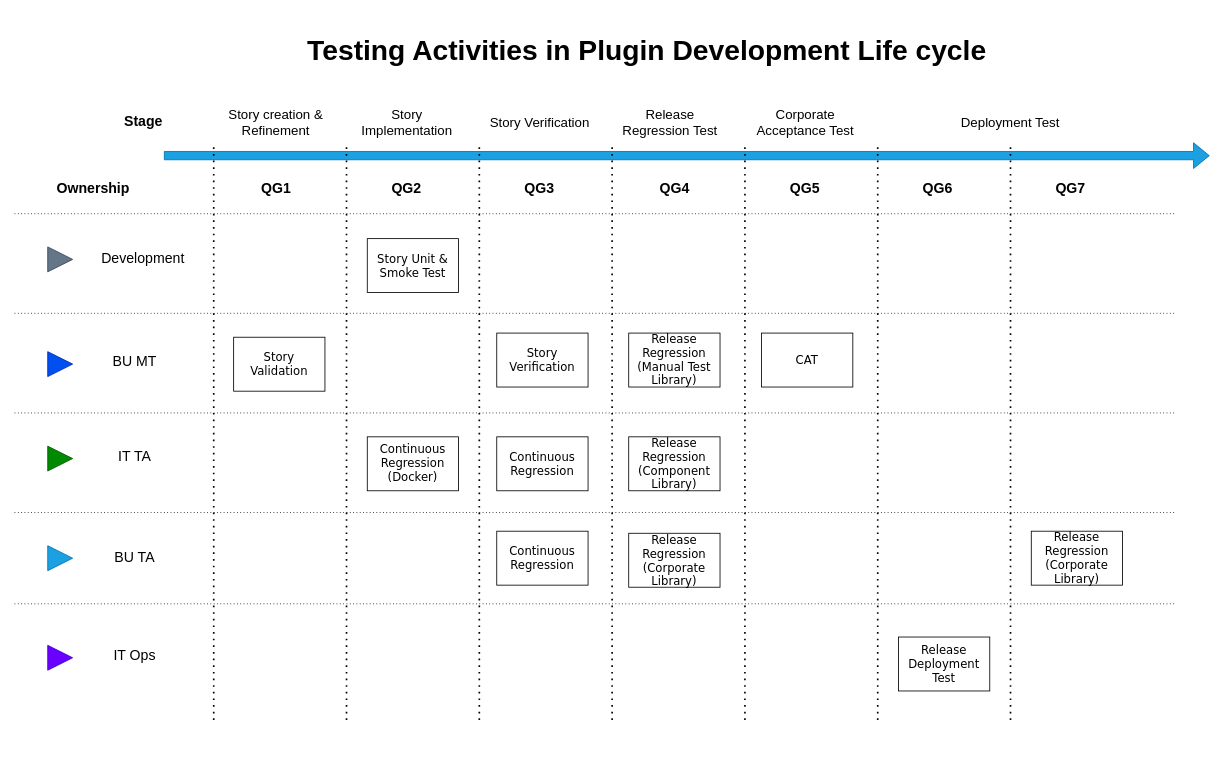
Before: Plugin Testing.drawio in AndriiRatushnyi/Andrii.Ratushnyi, a draw.io diagram. Source tidied: cells renumbered, new cells numbered last; positions are measured from the earlier drawing's top-left corner, leaving out a move shared by most shapes. Both pictures are drawn from the tidied source at 83%, with x=0, y=0 at pixel (14, 22).
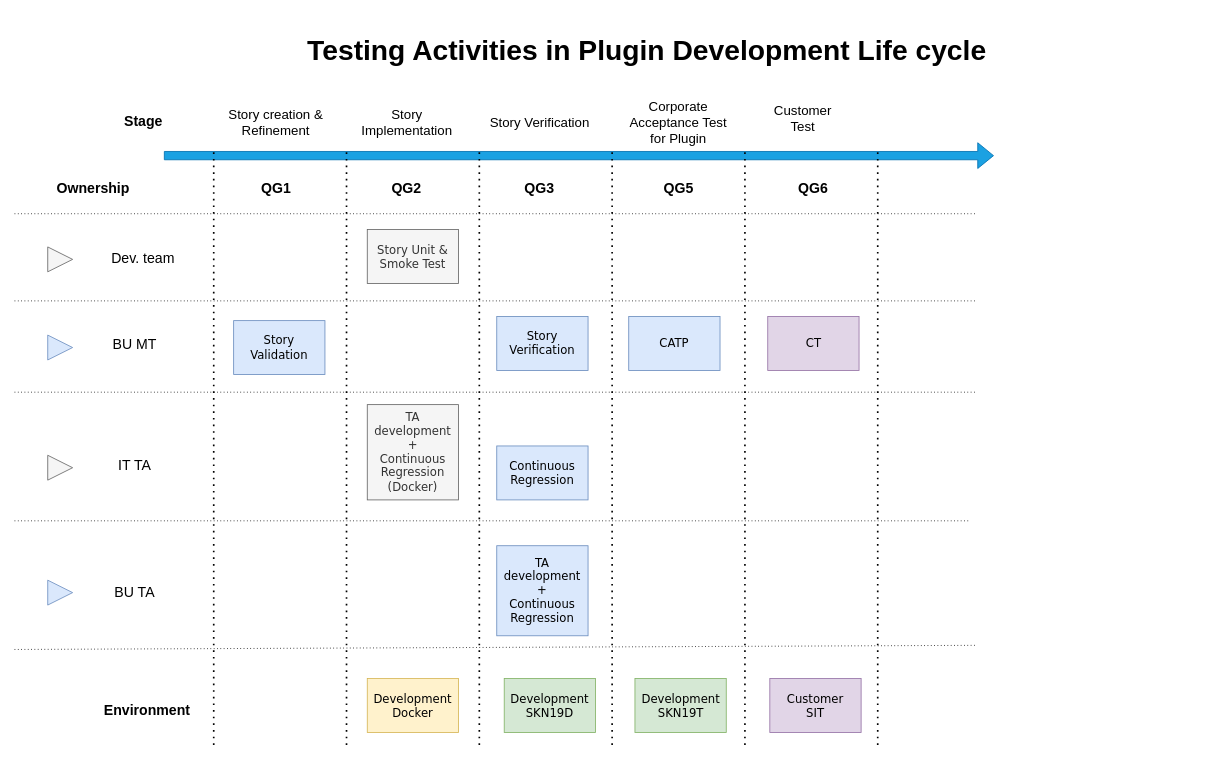
The same page after the edit.

Diff of the diagram source:
```diff
@@
     <mxCell id="2" style="shape=flexArrow;endArrow=classic;html=1;fillColor=#1ba1e2;strokeColor=#006EAF;" parent="1" edge="1">
       <mxGeometry relative="1" as="geometry">
         <mxPoint x="180" y="160" as="sourcePoint" />
-        <mxPoint x="1440" y="160" as="targetPoint" />
+        <mxPoint x="1180" y="160" as="targetPoint" />
       </mxGeometry>
     </mxCell>
     <mxCell id="3" style="endArrow=none;dashed=1;html=1;dashPattern=1 3;strokeWidth=2;" parent="1" edge="1">
       <mxGeometry relative="1" as="geometry">
-        <mxPoint x="240" y="840" as="sourcePoint" />
+        <mxPoint x="240" y="870" as="sourcePoint" />
         <mxPoint x="240" y="150" as="targetPoint" />
       </mxGeometry>
     </mxCell>
     <mxCell id="4" style="endArrow=none;dashed=1;html=1;dashPattern=1 3;strokeWidth=2;" parent="1" edge="1">
       <mxGeometry relative="1" as="geometry">
-        <mxPoint x="400" y="840" as="sourcePoint" />
+        <mxPoint x="400" y="870" as="sourcePoint" />
         <mxPoint x="400" y="150" as="targetPoint" />
       </mxGeometry>
     </mxCell>
     <mxCell id="5" style="endArrow=none;dashed=1;html=1;dashPattern=1 3;strokeWidth=2;" parent="1" edge="1">
       <mxGeometry relative="1" as="geometry">
-        <mxPoint x="560" y="840" as="sourcePoint" />
+        <mxPoint x="560" y="870" as="sourcePoint" />
         <mxPoint x="560" y="150" as="targetPoint" />
       </mxGeometry>
     </mxCell>
     <mxCell id="6" style="endArrow=none;dashed=1;html=1;dashPattern=1 3;strokeWidth=2;" parent="1" edge="1">
       <mxGeometry relative="1" as="geometry">
-        <mxPoint x="720" y="840" as="sourcePoint" />
+        <mxPoint x="720" y="870" as="sourcePoint" />
         <mxPoint x="720" y="150" as="targetPoint" />
       </mxGeometry>
     </mxCell>
     <mxCell id="7" style="endArrow=none;dashed=1;html=1;dashPattern=1 3;strokeWidth=2;" parent="1" edge="1">
       <mxGeometry relative="1" as="geometry">
-        <mxPoint x="880" y="840" as="sourcePoint" />
+        <mxPoint x="880" y="870" as="sourcePoint" />
         <mxPoint x="880" y="150" as="targetPoint" />
       </mxGeometry>
     </mxCell>
     <mxCell id="8" style="endArrow=none;dashed=1;html=1;dashPattern=1 3;strokeWidth=2;" parent="1" edge="1">
       <mxGeometry relative="1" as="geometry">
-        <mxPoint x="1040" y="840" as="sourcePoint" />
+        <mxPoint x="1040" y="870" as="sourcePoint" />
         <mxPoint x="1040" y="150" as="targetPoint" />
       </mxGeometry>
     </mxCell>
-    <mxCell id="9" value="Story Validation" style="rounded=0;whiteSpace=wrap;html=1;fontSize=14;fontFamily=Verdana;" parent="1" vertex="1">
-      <mxGeometry x="264" y="378.8" width="110" height="65" as="geometry" />
+    <mxCell id="9" value="Story Validation" style="rounded=0;whiteSpace=wrap;html=1;fontSize=14;fontFamily=Verdana;fillColor=#dae8fc;strokeColor=#6c8ebf;" parent="1" vertex="1">
+      <mxGeometry x="264" y="358.8" width="110" height="65" as="geometry" />
     </mxCell>
@@
-    <mxCell id="11" style="triangle;whiteSpace=wrap;html=1;fontSize=17;fillColor=#0050ef;strokeColor=#001DBC;fontColor=#ffffff;" parent="1" vertex="1">
-      <mxGeometry x="40" y="396.2" width="30" height="30" as="geometry" />
+    <mxCell id="11" style="triangle;whiteSpace=wrap;html=1;fontSize=17;fillColor=#dae8fc;strokeColor=#6c8ebf;" parent="1" vertex="1">
+      <mxGeometry x="40" y="376.2" width="30" height="30" as="geometry" />
     </mxCell>
-    <mxCell id="12" style="triangle;whiteSpace=wrap;html=1;fontSize=17;fillColor=#008a00;strokeColor=#005700;fontColor=#ffffff;" parent="1" vertex="1">
-      <mxGeometry x="40" y="510" width="30" height="30" as="geometry" />
+    <mxCell id="12" style="triangle;whiteSpace=wrap;html=1;fontSize=17;fillColor=#f5f5f5;strokeColor=#666666;fontColor=#333333;" parent="1" vertex="1">
+      <mxGeometry x="40" y="521" width="30" height="30" as="geometry" />
     </mxCell>
-    <mxCell id="13" style="triangle;whiteSpace=wrap;html=1;fontSize=17;fillColor=#647687;strokeColor=#314354;fontColor=#ffffff;" parent="1" vertex="1">
+    <mxCell id="13" style="triangle;whiteSpace=wrap;html=1;fontSize=17;fillColor=#f5f5f5;strokeColor=#666666;fontColor=#333333;" parent="1" vertex="1">
       <mxGeometry x="40" y="270" width="30" height="30" as="geometry" />
     </mxCell>
     <mxCell id="14" value="IT TA" style="text;html=1;strokeColor=none;fillColor=none;align=center;verticalAlign=middle;whiteSpace=wrap;rounded=0;fontSize=17;" parent="1" vertex="1">
-      <mxGeometry x="90" y="510" width="110" height="25" as="geometry" />
+      <mxGeometry x="90" y="521" width="110" height="25" as="geometry" />
     </mxCell>
-    <mxCell id="15" value="Development" style="text;html=1;strokeColor=none;fillColor=none;align=center;verticalAlign=middle;whiteSpace=wrap;rounded=0;fontSize=17;" parent="1" vertex="1">
+    <mxCell id="15" value="Dev. team" style="text;html=1;strokeColor=none;fillColor=none;align=center;verticalAlign=middle;whiteSpace=wrap;rounded=0;fontSize=17;" parent="1" vertex="1">
       <mxGeometry x="100" y="272.5" width="110" height="25" as="geometry" />
     </mxCell>
     <mxCell id="16" value="BU MT" style="text;html=1;strokeColor=none;fillColor=none;align=center;verticalAlign=middle;whiteSpace=wrap;rounded=0;fontSize=17;" parent="1" vertex="1">
-      <mxGeometry x="90" y="396.2" width="110" height="25" as="geometry" />
+      <mxGeometry x="90" y="376.2" width="110" height="25" as="geometry" />
     </mxCell>
-    <mxCell id="17" value="Story Unit &amp;amp; Smoke Test" style="rounded=0;whiteSpace=wrap;html=1;fontFamily=Verdana;fontSize=14;" parent="1" vertex="1">
-      <mxGeometry x="425" y="260" width="110" height="65" as="geometry" />
+    <mxCell id="17" value="Story Unit &amp;amp; Smoke Test" style="rounded=0;whiteSpace=wrap;html=1;fontFamily=Verdana;fontSize=14;fillColor=#f5f5f5;strokeColor=#666666;fontColor=#333333;" parent="1" vertex="1">
+      <mxGeometry x="425" y="249" width="110" height="65" as="geometry" />
     </mxCell>
-    <mxCell id="18" value="Story Verification" style="rounded=0;whiteSpace=wrap;html=1;fontSize=14;fontFamily=Verdana;" parent="1" vertex="1">
-      <mxGeometry x="581" y="373.8" width="110" height="65" as="geometry" />
+    <mxCell id="18" value="Story Verification" style="rounded=0;whiteSpace=wrap;html=1;fontSize=14;fontFamily=Verdana;fillColor=#dae8fc;strokeColor=#6c8ebf;" parent="1" vertex="1">
+      <mxGeometry x="581" y="353.8" width="110" height="65" as="geometry" />
     </mxCell>
-    <mxCell id="19" value="Continuous Regression (Docker)" style="rounded=0;whiteSpace=wrap;html=1;fontSize=14;fontFamily=Verdana;" parent="1" vertex="1">
-      <mxGeometry x="425" y="498.8" width="110" height="65" as="geometry" />
+    <mxCell id="19" value="TA&lt;br&gt;&lt;div&gt;development&lt;/div&gt;&lt;div&gt;+&lt;br&gt;&lt;/div&gt;&lt;div&gt;Continuous Regression (Docker)&lt;/div&gt;" style="rounded=0;whiteSpace=wrap;html=1;fontSize=14;fontFamily=Verdana;fillColor=#f5f5f5;strokeColor=#666666;fontColor=#333333;" parent="1" vertex="1">
+      <mxGeometry x="425" y="460" width="110" height="114.8" as="geometry" />
     </mxCell>
-    <mxCell id="20" value="Continuous Regression" style="rounded=0;whiteSpace=wrap;html=1;fontSize=14;fontFamily=Verdana;" parent="1" vertex="1">
-      <mxGeometry x="581" y="498.8" width="110" height="65" as="geometry" />
+    <mxCell id="20" value="Continuous Regression" style="rounded=0;whiteSpace=wrap;html=1;fontSize=14;fontFamily=Verdana;fillColor=#dae8fc;strokeColor=#6c8ebf;" parent="1" vertex="1">
+      <mxGeometry x="581" y="509.8" width="110" height="65" as="geometry" />
     </mxCell>
-    <mxCell id="21" value="Release Regression (Component Library)" style="rounded=0;whiteSpace=wrap;html=1;fontSize=14;fontFamily=Verdana;" parent="1" vertex="1">
-      <mxGeometry x="740" y="498.8" width="110" height="65" as="geometry" />
-    </mxCell>
-    <mxCell id="22" value="Release Regression (Manual Test Library)" style="rounded=0;whiteSpace=wrap;html=1;fontSize=14;fontFamily=Verdana;" parent="1" vertex="1">
-      <mxGeometry x="740" y="373.8" width="110" height="65" as="geometry" />
-    </mxCell>
-    <mxCell id="23" style="triangle;whiteSpace=wrap;html=1;fontSize=17;fillColor=#1ba1e2;strokeColor=#006EAF;fontColor=#ffffff;" parent="1" vertex="1">
-      <mxGeometry x="40" y="630" width="30" height="30" as="geometry" />
+    <mxCell id="23" style="triangle;whiteSpace=wrap;html=1;fontSize=17;fillColor=#dae8fc;strokeColor=#6c8ebf;" parent="1" vertex="1">
+      <mxGeometry x="40" y="671.5" width="30" height="30" as="geometry" />
     </mxCell>
     <mxCell id="24" value="BU TA" style="text;html=1;strokeColor=none;fillColor=none;align=center;verticalAlign=middle;whiteSpace=wrap;rounded=0;fontSize=17;" parent="1" vertex="1">
-      <mxGeometry x="90" y="632.5" width="110" height="25" as="geometry" />
+      <mxGeometry x="90" y="674" width="110" height="25" as="geometry" />
     </mxCell>
-    <mxCell id="25" value="Release Regression (Corporate Library)" style="rounded=0;whiteSpace=wrap;html=1;fontSize=14;fontFamily=Verdana;" parent="1" vertex="1">
-      <mxGeometry x="740" y="615" width="110" height="65" as="geometry" />
-    </mxCell>
@@
-    <mxCell id="29" value="QG4" style="text;html=1;strokeColor=none;fillColor=none;align=center;verticalAlign=middle;whiteSpace=wrap;rounded=0;fontSize=17;fontStyle=1;" parent="1" vertex="1">
-      <mxGeometry x="762.5" y="180" width="65" height="40" as="geometry" />
-    </mxCell>
     <mxCell id="30" style="endArrow=none;dashed=1;html=1;dashPattern=1 3;strokeWidth=1;fontSize=17;" parent="1" edge="1">
       <mxGeometry relative="1" as="geometry">
-        <mxPoint y="350" as="sourcePoint" />
-        <mxPoint x="1400" y="350" as="targetPoint" />
+        <mxPoint y="335" as="sourcePoint" />
+        <mxPoint x="1160" y="335" as="targetPoint" />
       </mxGeometry>
     </mxCell>
     <mxCell id="31" style="endArrow=none;dashed=1;html=1;dashPattern=1 3;strokeWidth=1;fontSize=17;" parent="1" edge="1">
       <mxGeometry relative="1" as="geometry">
-        <mxPoint y="470" as="sourcePoint" />
-        <mxPoint x="1400" y="470" as="targetPoint" />
+        <mxPoint y="445" as="sourcePoint" />
+        <mxPoint x="1160" y="445" as="targetPoint" />
       </mxGeometry>
     </mxCell>
     <mxCell id="32" style="endArrow=none;dashed=1;html=1;dashPattern=1 3;strokeWidth=1;fontSize=17;" parent="1" edge="1">
       <mxGeometry relative="1" as="geometry">
-        <mxPoint y="590" as="sourcePoint" />
-        <mxPoint x="1400" y="590" as="targetPoint" />
+        <mxPoint y="600" as="sourcePoint" />
+        <mxPoint x="1150" y="600" as="targetPoint" />
       </mxGeometry>
     </mxCell>
     <mxCell id="33" style="endArrow=none;dashed=1;html=1;dashPattern=1 3;strokeWidth=1;fontSize=17;" parent="1" edge="1">
       <mxGeometry relative="1" as="geometry">
-        <mxPoint y="700" as="sourcePoint" />
-        <mxPoint x="1400" y="700" as="targetPoint" />
+        <mxPoint y="755" as="sourcePoint" />
+        <mxPoint x="1160" y="750" as="targetPoint" />
       </mxGeometry>
     </mxCell>
@@
     <mxCell id="35" value="QG5" style="text;html=1;strokeColor=none;fillColor=none;align=center;verticalAlign=middle;whiteSpace=wrap;rounded=0;fontSize=17;fontStyle=1;" parent="1" vertex="1">
-      <mxGeometry x="920" y="180" width="65" height="40" as="geometry" />
+      <mxGeometry x="767.5" y="180" width="65" height="40" as="geometry" />
     </mxCell>
-    <mxCell id="36" value="CAT" style="rounded=0;whiteSpace=wrap;html=1;fontFamily=Verdana;fontSize=14;" parent="1" vertex="1">
-      <mxGeometry x="900" y="373.8" width="110" height="65" as="geometry" />
+    <mxCell id="36" value="CATP" style="rounded=0;whiteSpace=wrap;html=1;fontFamily=Verdana;fontSize=14;fillColor=#dae8fc;strokeColor=#6c8ebf;" parent="1" vertex="1">
+      <mxGeometry x="740" y="353.8" width="110" height="65" as="geometry" />
     </mxCell>
     <mxCell id="37" value="QG6" style="text;html=1;strokeColor=none;fillColor=none;align=center;verticalAlign=middle;whiteSpace=wrap;rounded=0;fontSize=17;fontStyle=1;" parent="1" vertex="1">
-      <mxGeometry x="1080" y="180" width="65" height="40" as="geometry" />
+      <mxGeometry x="930" y="180" width="65" height="40" as="geometry" />
     </mxCell>
-    <mxCell id="38" value="Release Deployment Test" style="rounded=0;whiteSpace=wrap;html=1;fontFamily=Verdana;fontSize=14;" parent="1" vertex="1">
-      <mxGeometry x="1065" y="740" width="110" height="65" as="geometry" />
-    </mxCell>
@@
     <mxCell id="40" style="endArrow=none;dashed=1;html=1;dashPattern=1 3;strokeWidth=1;fontSize=16;" parent="1" edge="1">
       <mxGeometry relative="1" as="geometry">
         <mxPoint y="230" as="sourcePoint" />
-        <mxPoint x="1400" y="230" as="targetPoint" />
+        <mxPoint x="1160" y="230" as="targetPoint" />
       </mxGeometry>
     </mxCell>
@@
-    <mxCell id="43" value="Release Regression Test" style="text;html=1;strokeColor=none;fillColor=none;align=center;verticalAlign=middle;whiteSpace=wrap;rounded=0;fontSize=16;" parent="1" vertex="1">
-      <mxGeometry x="720" y="110" width="140" height="20" as="geometry" />
-    </mxCell>
-    <mxCell id="44" value="Corporate Acceptance Test" style="text;html=1;strokeColor=none;fillColor=none;align=center;verticalAlign=middle;whiteSpace=wrap;rounded=0;fontSize=16;" parent="1" vertex="1">
-      <mxGeometry x="882.5" y="110" width="140" height="20" as="geometry" />
+    <mxCell id="44" value="&lt;div&gt;Corporate &lt;br&gt;&lt;/div&gt;&lt;div&gt;Acceptance Test for Plugin&lt;br&gt;&lt;/div&gt;" style="text;html=1;strokeColor=none;fillColor=none;align=center;verticalAlign=middle;whiteSpace=wrap;rounded=0;fontSize=16;" parent="1" vertex="1">
+      <mxGeometry x="730" y="110" width="140" height="20" as="geometry" />
     </mxCell>
-    <mxCell id="45" value="Deployment Test" style="text;html=1;strokeColor=none;fillColor=none;align=center;verticalAlign=middle;whiteSpace=wrap;rounded=0;fontSize=16;" parent="1" vertex="1">
-      <mxGeometry x="1130" y="110" width="140" height="20" as="geometry" />
-    </mxCell>
-    <mxCell id="46" style="endArrow=none;dashed=1;html=1;dashPattern=1 3;strokeWidth=2;" parent="1" edge="1">
-      <mxGeometry relative="1" as="geometry">
-        <mxPoint x="1200" y="840" as="sourcePoint" />
-        <mxPoint x="1200" y="150" as="targetPoint" />
-      </mxGeometry>
-    </mxCell>
-    <mxCell id="47" value="QG7" style="text;html=1;strokeColor=none;fillColor=none;align=center;verticalAlign=middle;whiteSpace=wrap;rounded=0;fontSize=17;fontStyle=1;" parent="1" vertex="1">
-      <mxGeometry x="1240" y="180" width="65" height="40" as="geometry" />
-    </mxCell>
-    <mxCell id="48" value="Release Regression (Corporate Library)" style="rounded=0;whiteSpace=wrap;html=1;fontSize=14;fontFamily=Verdana;" parent="1" vertex="1">
-      <mxGeometry x="1225" y="612.5" width="110" height="65" as="geometry" />
-    </mxCell>
-    <mxCell id="49" style="triangle;whiteSpace=wrap;html=1;fontSize=17;fillColor=#6a00ff;strokeColor=#3700CC;fontColor=#ffffff;" parent="1" vertex="1">
-      <mxGeometry x="40" y="750" width="30" height="30" as="geometry" />
-    </mxCell>
-    <mxCell id="50" value="IT Ops" style="text;html=1;strokeColor=none;fillColor=none;align=center;verticalAlign=middle;whiteSpace=wrap;rounded=0;fontSize=17;" parent="1" vertex="1">
-      <mxGeometry x="90" y="750" width="110" height="25" as="geometry" />
-    </mxCell>
@@
-    <mxCell id="52" value="Continuous Regression" style="rounded=0;whiteSpace=wrap;html=1;fontSize=14;fontFamily=Verdana;" parent="1" vertex="1">
-      <mxGeometry x="581" y="612.5" width="110" height="65" as="geometry" />
+    <mxCell id="52" value="TA&lt;br&gt;&lt;div&gt;development&lt;/div&gt;&lt;div&gt;+&lt;br&gt;&lt;/div&gt;&lt;div&gt;Continuous Regression&lt;/div&gt;" style="rounded=0;whiteSpace=wrap;html=1;fontSize=14;fontFamily=Verdana;fillColor=#dae8fc;strokeColor=#6c8ebf;" parent="1" vertex="1">
+      <mxGeometry x="581" y="630" width="110" height="108.5" as="geometry" />
     </mxCell>
+    <mxCell id="53" value="&lt;div&gt;Customer&lt;br&gt;&lt;/div&gt;&lt;div&gt;Test&lt;/div&gt;" style="text;html=1;strokeColor=none;fillColor=none;align=center;verticalAlign=middle;whiteSpace=wrap;rounded=0;fontSize=16;" parent="1" vertex="1">
+      <mxGeometry x="880" y="105" width="140" height="20" as="geometry" />
+    </mxCell>
+    <mxCell id="54" value="CT" style="rounded=0;whiteSpace=wrap;html=1;fontFamily=Verdana;fontSize=14;fillColor=#e1d5e7;strokeColor=#9673a6;" parent="1" vertex="1">
+      <mxGeometry x="907.5" y="353.8" width="110" height="65" as="geometry" />
+    </mxCell>
+    <mxCell id="55" value="Environment" style="text;html=1;strokeColor=none;fillColor=none;align=center;verticalAlign=middle;whiteSpace=wrap;rounded=0;fontStyle=1;fontSize=17;" parent="1" vertex="1">
+      <mxGeometry x="75" y="810" width="170" height="40" as="geometry" />
+    </mxCell>
+    <mxCell id="56" value="&lt;div&gt;Development&lt;/div&gt;&lt;div&gt;Docker&lt;br&gt;&lt;/div&gt;" style="rounded=0;whiteSpace=wrap;html=1;fontSize=14;fontFamily=Verdana;fillColor=#fff2cc;strokeColor=#d6b656;" parent="1" vertex="1">
+      <mxGeometry x="425" y="790" width="110" height="65" as="geometry" />
+    </mxCell>
+    <mxCell id="57" value="&lt;div&gt;Development&lt;/div&gt;&lt;div&gt;SKN19D&lt;br&gt;&lt;/div&gt;" style="rounded=0;whiteSpace=wrap;html=1;fontSize=14;fontFamily=Verdana;fillColor=#d5e8d4;strokeColor=#82b366;" parent="1" vertex="1">
+      <mxGeometry x="590" y="790" width="110" height="65" as="geometry" />
+    </mxCell>
+    <mxCell id="58" value="&lt;div&gt;Development&lt;/div&gt;&lt;div&gt;SKN19T&lt;br&gt;&lt;/div&gt;" style="rounded=0;whiteSpace=wrap;html=1;fontSize=14;fontFamily=Verdana;fillColor=#d5e8d4;strokeColor=#82b366;" parent="1" vertex="1">
+      <mxGeometry x="747.5" y="790" width="110" height="65" as="geometry" />
+    </mxCell>
+    <mxCell id="59" value="Customer&lt;br&gt;SIT" style="rounded=0;whiteSpace=wrap;html=1;fontSize=14;fontFamily=Verdana;fillColor=#e1d5e7;strokeColor=#9673a6;" parent="1" vertex="1">
+      <mxGeometry x="910" y="790" width="110" height="65" as="geometry" />
+    </mxCell>
```
